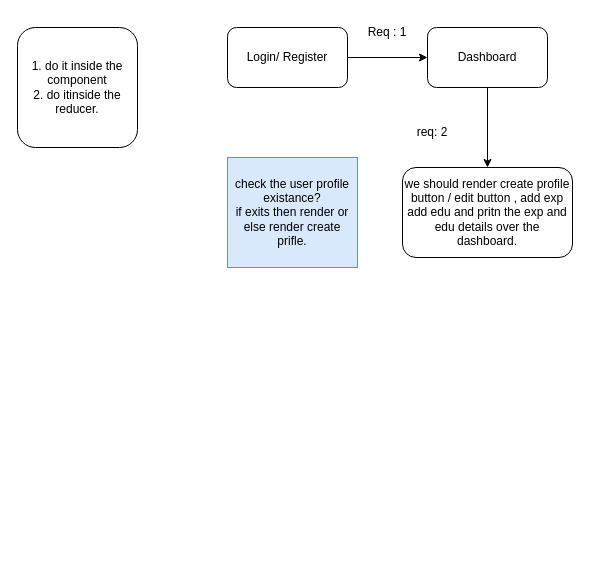
The draw.io diagram page "Page-15" (15 of 15) of client/ibm react.drawio in abhinandanchivate/fractal-react-demo, before the edit. Source tidied: cells renumbered, new cells numbered last; positions are measured from the earlier drawing's top-left corner, leaving out a move shared by most shapes. Both pictures are drawn from the tidied source at 100%, with x=0, y=0 at pixel (17, 17).
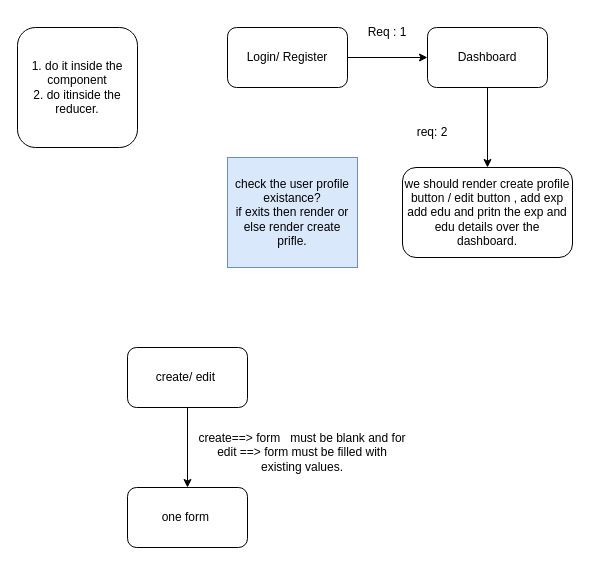
The same diagram, later.

Diff of the diagram source:
```diff
@@
 <mxGraphModel>
   <root>
     <mxCell id="0" />
     <mxCell id="1" parent="0" />
     <mxCell id="2" style="edgeStyle=none;html=1;" parent="1" edge="1" source="3" target="5">
       <mxGeometry relative="1" as="geometry" />
     </mxCell>
     <mxCell id="3" value="Login/ Register" style="rounded=1;whiteSpace=wrap;html=1;" parent="1" vertex="1">
       <mxGeometry x="210" y="10" width="120" height="60" as="geometry" />
     </mxCell>
     <mxCell id="4" style="edgeStyle=none;html=1;" parent="1" edge="1" source="5" target="7">
       <mxGeometry relative="1" as="geometry" />
     </mxCell>
     <mxCell id="5" value="Dashboard" style="whiteSpace=wrap;html=1;rounded=1;" parent="1" vertex="1">
       <mxGeometry x="410" y="10" width="120" height="60" as="geometry" />
     </mxCell>
     <mxCell id="6" value="Req : 1" style="text;html=1;align=center;verticalAlign=middle;whiteSpace=wrap;rounded=0;" parent="1" vertex="1">
       <mxGeometry x="340" width="60" height="30" as="geometry" />
     </mxCell>
     <mxCell id="7" value="we should render create profile button / edit button , add exp add edu and pritn the exp and edu details over the dashboard." style="whiteSpace=wrap;html=1;rounded=1;" parent="1" vertex="1">
       <mxGeometry x="385" y="150" width="170" height="90" as="geometry" />
     </mxCell>
     <mxCell id="8" value="req: 2" style="text;html=1;align=center;verticalAlign=middle;whiteSpace=wrap;rounded=0;" parent="1" vertex="1">
       <mxGeometry x="385" y="100" width="60" height="30" as="geometry" />
     </mxCell>
     <mxCell id="9" value="check the user profile existance?&lt;div&gt;if exits then render or else render create prifle.&lt;/div&gt;" style="text;html=1;align=center;verticalAlign=middle;whiteSpace=wrap;rounded=0;fillColor=#dae8fc;strokeColor=#6c8ebf;" parent="1" vertex="1">
       <mxGeometry x="210" y="140" width="130" height="110" as="geometry" />
     </mxCell>
     <mxCell id="10" value="1. do it inside the component&lt;div&gt;2. do itinside the reducer.&lt;/div&gt;" style="rounded=1;whiteSpace=wrap;html=1;" parent="1" vertex="1">
       <mxGeometry y="10" width="120" height="120" as="geometry" />
     </mxCell>
+    <mxCell id="11" style="edgeStyle=none;html=1;" parent="1" edge="1" source="12" target="13">
+      <mxGeometry relative="1" as="geometry" />
+    </mxCell>
+    <mxCell id="12" value="create/ edit&amp;nbsp;" style="rounded=1;whiteSpace=wrap;html=1;" parent="1" vertex="1">
+      <mxGeometry x="110" y="330" width="120" height="60" as="geometry" />
+    </mxCell>
+    <mxCell id="13" value="one form&amp;nbsp;" style="whiteSpace=wrap;html=1;rounded=1;" parent="1" vertex="1">
+      <mxGeometry x="110" y="470" width="120" height="60" as="geometry" />
+    </mxCell>
+    <mxCell id="14" value="create==&amp;gt; form&amp;nbsp; &amp;nbsp;must be blank and for edit ==&amp;gt; form must be filled with existing values." style="text;html=1;align=center;verticalAlign=middle;whiteSpace=wrap;rounded=0;" parent="1" vertex="1">
+      <mxGeometry x="180" y="410" width="210" height="50" as="geometry" />
+    </mxCell>
   </root>
 </mxGraphModel>
```
